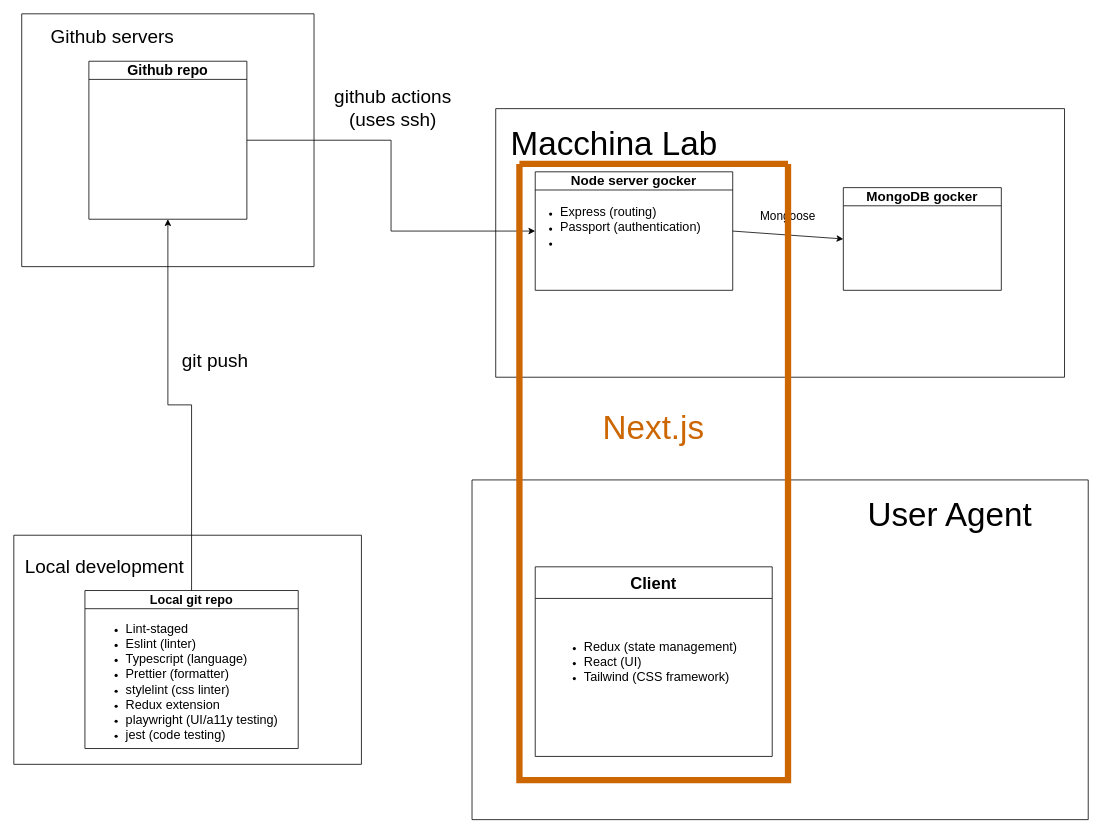
Earlier version of the draw.io diagram Diagramma senza titolo.drawio (tecWebSelfie/ProgettoWebApp). Source tidied: cells renumbered, new cells numbered last; positions are measured from the earlier drawing's top-left corner, leaving out a move shared by most shapes. Both pictures are drawn from the tidied source at 79%, with x=0, y=0 at pixel (13, 13).
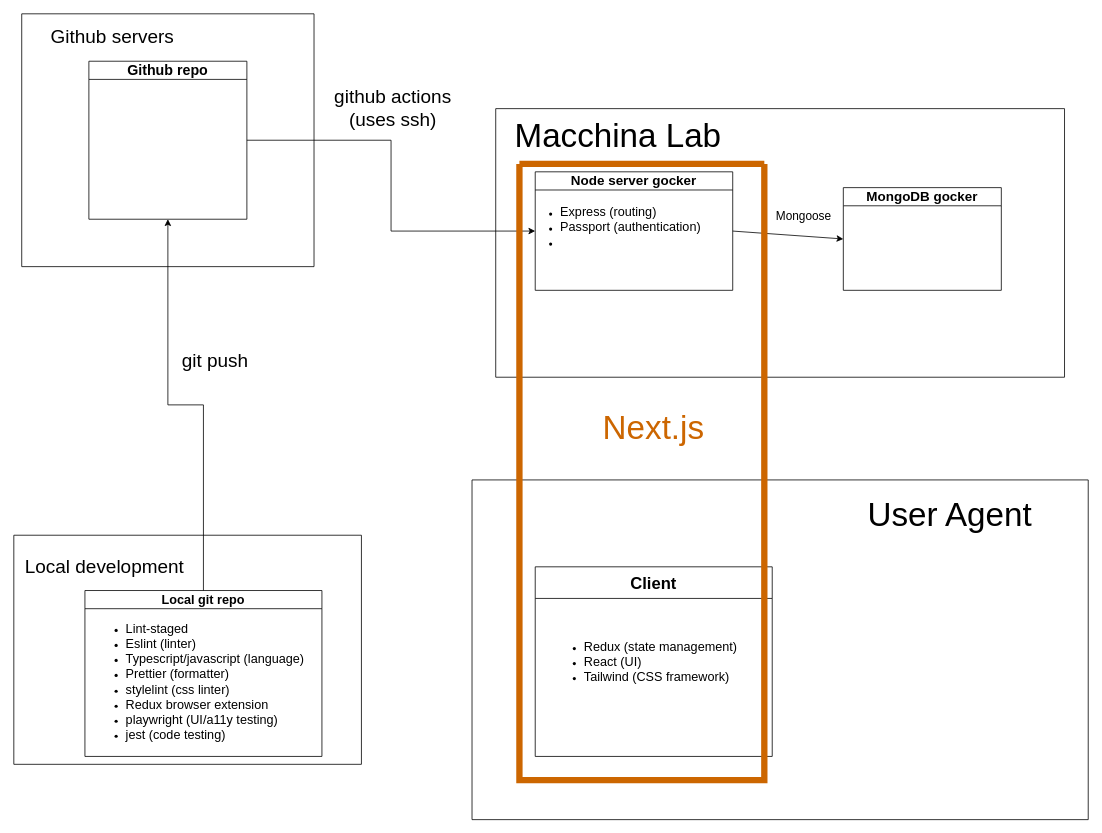
Above is the later version.

Commit message:
Updated system diagram

Unchanged cells that the change refers to:
```xml
<mxCell id="7" style="swimlane;startSize=0;" parent="1" vertex="1">
  <mxGeometry x="610" y="120" width="720" height="340" as="geometry" />
</mxCell>
<mxCell id="14" style="swimlane;startSize=0;" parent="1" vertex="1">
  <mxGeometry y="660" width="440" height="290" as="geometry" />
</mxCell>
```

The edit, as a diff of the source:
```diff
@@
     <mxCell id="8" value="&lt;font style=&quot;font-size: 42px;&quot;&gt;Macchina Lab&lt;/font&gt;" style="text;html=1;align=center;verticalAlign=middle;whiteSpace=wrap;rounded=0;" parent="7" vertex="1">
-      <mxGeometry x="5" y="20" width="290" height="50" as="geometry" />
+      <mxGeometry x="10" y="10" width="290" height="50" as="geometry" />
     </mxCell>
@@
     <mxCell id="10" value="&lt;font style=&quot;font-size: 15px;&quot;&gt;Mongoose&lt;/font&gt;" style="text;html=1;align=center;verticalAlign=middle;whiteSpace=wrap;rounded=0;" parent="7" vertex="1">
-      <mxGeometry x="340" y="120" width="60" height="30" as="geometry" />
+      <mxGeometry x="360" y="120" width="60" height="30" as="geometry" />
     </mxCell>
@@
     <mxCell id="16" value="&lt;font style=&quot;font-size: 16px;&quot;&gt;Local git repo&lt;/font&gt;" style="swimlane;whiteSpace=wrap;html=1;" parent="14" vertex="1">
-      <mxGeometry x="90" y="70" width="270" height="200" as="geometry" />
+      <mxGeometry x="90" y="70" width="300" height="210" as="geometry" />
     </mxCell>
-    <mxCell id="17" value="&lt;ul style=&quot;&quot;&gt;&lt;li style=&quot;&quot;&gt;&lt;span style=&quot;font-size: 16px;&quot;&gt;Lint-staged&lt;/span&gt;&lt;/li&gt;&lt;li style=&quot;&quot;&gt;&lt;span style=&quot;font-size: 16px;&quot;&gt;Eslint (linter)&lt;/span&gt;&lt;/li&gt;&lt;li style=&quot;&quot;&gt;&lt;span style=&quot;font-size: 16px;&quot;&gt;Typescript (language)&lt;/span&gt;&lt;/li&gt;&lt;li style=&quot;&quot;&gt;&lt;span style=&quot;font-size: 16px;&quot;&gt;Prettier (formatter)&lt;/span&gt;&lt;/li&gt;&lt;li style=&quot;&quot;&gt;&lt;span style=&quot;font-size: 16px;&quot;&gt;stylelint (css linter)&lt;/span&gt;&lt;/li&gt;&lt;li style=&quot;&quot;&gt;&lt;span style=&quot;font-size: 16px;&quot;&gt;Redux extension&lt;/span&gt;&lt;/li&gt;&lt;li style=&quot;&quot;&gt;&lt;span style=&quot;font-size: 16px;&quot;&gt;playwright (UI/a11y testing)&lt;/span&gt;&lt;/li&gt;&lt;li style=&quot;&quot;&gt;&lt;span style=&quot;font-size: 16px;&quot;&gt;jest (code testing)&lt;/span&gt;&lt;/li&gt;&lt;/ul&gt;" style="text;html=1;align=left;verticalAlign=middle;strokeColor=none;fillColor=none;" parent="16" vertex="1">
-      <mxGeometry x="10" y="20" width="260" height="190" as="geometry" />
+    <mxCell id="17" value="&lt;ul style=&quot;&quot;&gt;&lt;li style=&quot;&quot;&gt;&lt;span style=&quot;font-size: 16px;&quot;&gt;Lint-staged&lt;/span&gt;&lt;/li&gt;&lt;li style=&quot;&quot;&gt;&lt;span style=&quot;font-size: 16px;&quot;&gt;Eslint (linter)&lt;/span&gt;&lt;/li&gt;&lt;li style=&quot;&quot;&gt;&lt;span style=&quot;font-size: 16px;&quot;&gt;Typescript/javascript (language)&lt;/span&gt;&lt;/li&gt;&lt;li style=&quot;&quot;&gt;&lt;span style=&quot;font-size: 16px;&quot;&gt;Prettier (formatter)&lt;/span&gt;&lt;/li&gt;&lt;li style=&quot;&quot;&gt;&lt;span style=&quot;font-size: 16px;&quot;&gt;stylelint (css linter)&lt;/span&gt;&lt;/li&gt;&lt;li style=&quot;&quot;&gt;&lt;span style=&quot;font-size: 16px;&quot;&gt;Redux browser extension&lt;/span&gt;&lt;/li&gt;&lt;li style=&quot;&quot;&gt;&lt;span style=&quot;font-size: 16px;&quot;&gt;playwright (UI/a11y testing)&lt;/span&gt;&lt;/li&gt;&lt;li style=&quot;&quot;&gt;&lt;span style=&quot;font-size: 16px;&quot;&gt;jest (code testing)&lt;/span&gt;&lt;/li&gt;&lt;/ul&gt;" style="text;html=1;align=left;verticalAlign=middle;strokeColor=none;fillColor=none;" parent="16" vertex="1">
+      <mxGeometry x="10" y="20" width="290" height="190" as="geometry" />
     </mxCell>
@@
     <mxCell id="26" style="swimlane;startSize=0;fillColor=#fff2cc;strokeColor=#CC6600;strokeWidth=8;" parent="1" vertex="1">
-      <mxGeometry x="640" y="190" width="340" height="780" as="geometry" />
+      <mxGeometry x="640" y="190" width="310" height="780" as="geometry" />
     </mxCell>
```
